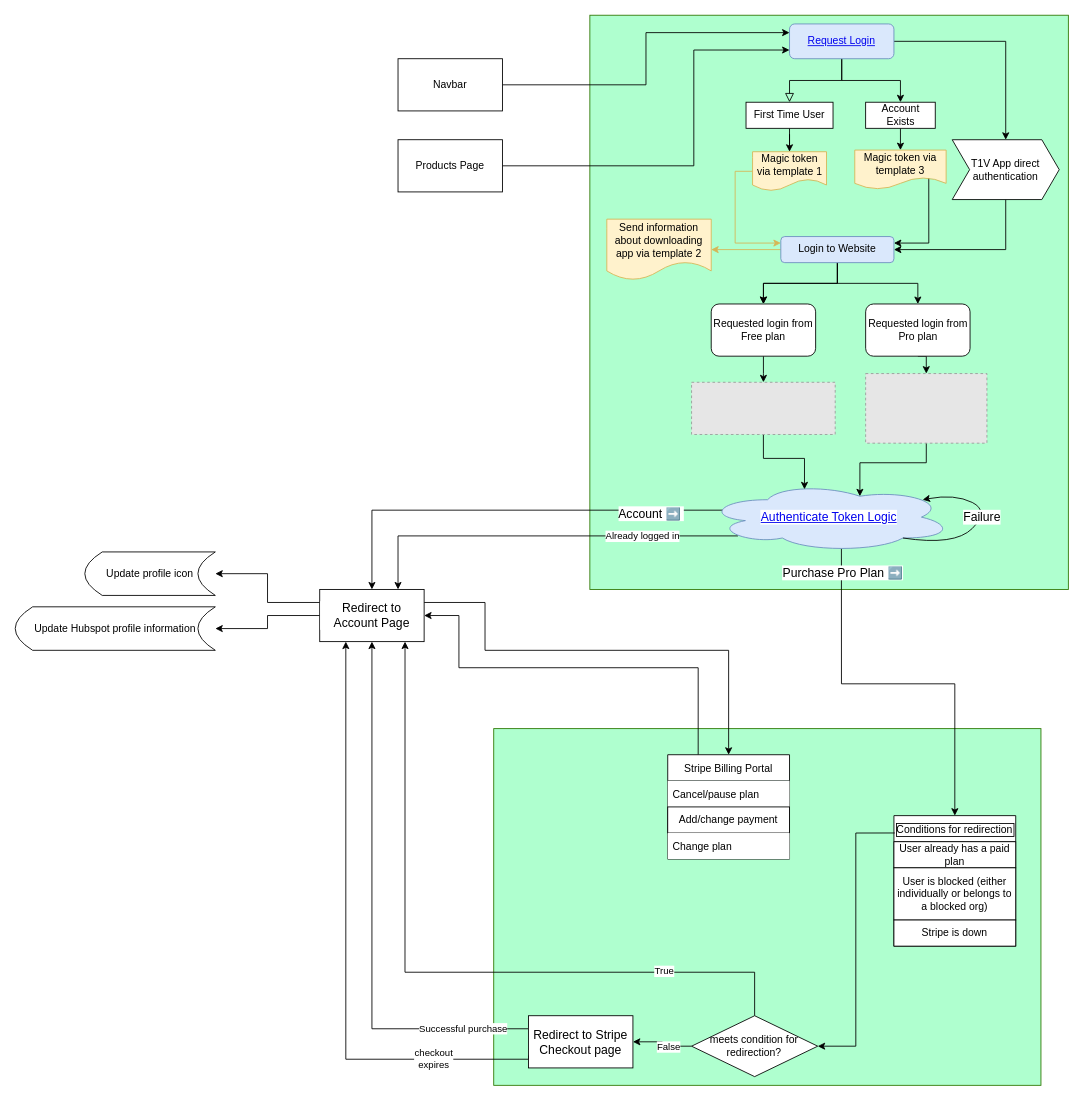
Before: page "Login Flow" (1 of 3) of Untitled Diagram.drawio in pbt1v/flowcharts, a draw.io diagram. Source tidied: cells renumbered, new cells numbered last; positions are measured from the earlier drawing's top-left corner, leaving out a move shared by most shapes. Both pictures are drawn from the tidied source at 87%, with x=0, y=0 at pixel (15, 15). Pictures stored in the file or linked from it are replaced by grey dashed boxes.
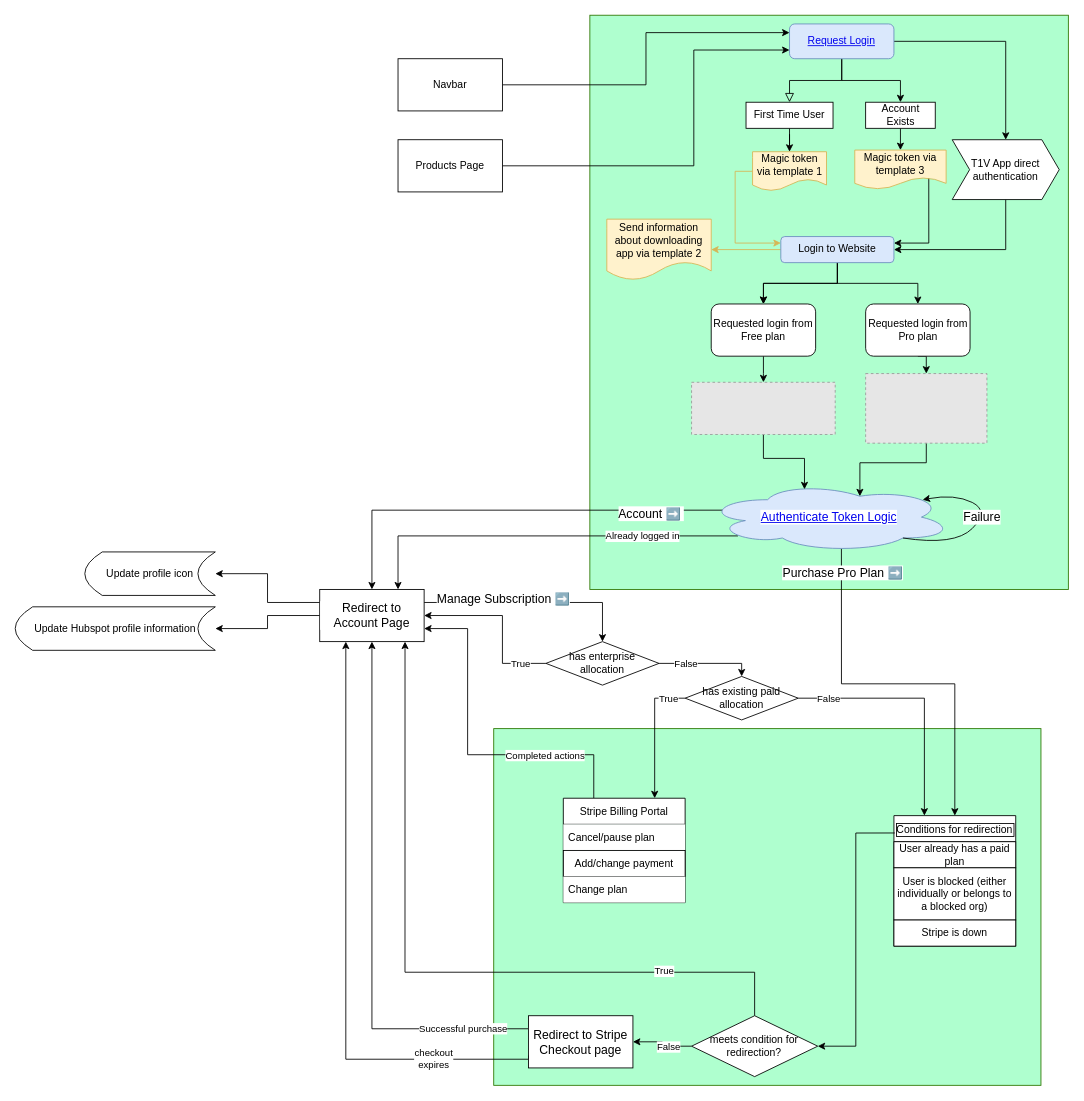
The same diagram, later.

Commit message:
extended billing portal logic

Unchanged cells that the change refers to:
```xml
<mxCell id="47" value="Redirect to Account Page" style="whiteSpace=wrap;html=1;fontSize=14;fontColor=#000000;labelBackgroundColor=#FFFFFF;" parent="1" vertex="1">
  <mxGeometry x="350" y="660" width="120" height="60" as="geometry" />
</mxCell>
<mxCell id="56" value="Conditions for redirection" style="swimlane;fontStyle=0;horizontal=1;startSize=30;labelBorderColor=default;" parent="1" vertex="1">
  <mxGeometry x="1010" y="920" width="140" height="150" as="geometry" />
</mxCell>
```

What changed in the source:
```diff
@@
-    <mxCell id="46" style="edgeStyle=orthogonalEdgeStyle;rounded=0;jettySize=auto;html=1;exitX=1;exitY=0.25;exitDx=0;exitDy=0;entryX=0.5;entryY=0;entryDx=0;entryDy=0;" parent="1" edge="1" source="47" target="69">
-      <mxGeometry relative="1" as="geometry">
-        <Array as="points">
-          <mxPoint x="540" y="675" />
-          <mxPoint x="540" y="730" />
-          <mxPoint x="820" y="730" />
-        </Array>
-      </mxGeometry>
-    </mxCell>
+    <mxCell id="73" style="edgeStyle=orthogonalEdgeStyle;rounded=0;jettySize=auto;html=1;exitX=1;exitY=0.25;exitDx=0;exitDy=0;entryX=0.5;entryY=0;entryDx=0;entryDy=0;" parent="1" edge="1" source="47" target="80">
+      <mxGeometry relative="1" as="geometry">
+        <Array as="points">
+          <mxPoint x="675" y="675" />
+        </Array>
+      </mxGeometry>
+    </mxCell>
+    <mxCell id="74" value="&lt;span style=&quot;font-size: 14px&quot;&gt;Manage Subscription ➡️&lt;/span&gt;" style="edgeLabel;html=1;align=center;verticalAlign=middle;" parent="73" vertex="1">
+      <mxGeometry x="-0.36" y="3" relative="1" as="geometry">
+        <mxPoint x="10" y="-2" as="offset" />
+      </mxGeometry>
+    </mxCell>
@@
-    <mxCell id="68" style="edgeStyle=orthogonalEdgeStyle;rounded=0;jettySize=auto;html=1;entryX=1;entryY=0.5;entryDx=0;entryDy=0;exitX=0.25;exitY=0;exitDx=0;exitDy=0;" parent="1" edge="1" source="69" target="47">
+    <mxCell id="68" style="edgeStyle=orthogonalEdgeStyle;rounded=0;jettySize=auto;html=1;exitX=0.25;exitY=0;exitDx=0;exitDy=0;entryX=1;entryY=0.75;entryDx=0;entryDy=0;" parent="1" edge="1" source="69" target="47">
       <mxGeometry relative="1" as="geometry">
         <Array as="points">
-          <mxPoint x="785" y="750" />
-          <mxPoint x="510" y="750" />
-          <mxPoint x="510" y="690" />
+          <mxPoint x="665" y="850" />
+          <mxPoint x="520" y="850" />
+          <mxPoint x="520" y="705" />
         </Array>
       </mxGeometry>
     </mxCell>
+    <mxCell id="75" value="Completed actions" style="edgeLabel;html=1;align=center;verticalAlign=middle;" parent="68" vertex="1">
+      <mxGeometry x="-0.45" relative="1" as="geometry" />
+    </mxCell>
     <mxCell id="69" value="Stripe Billing Portal" style="swimlane;fontStyle=0;horizontal=1;startSize=30;labelBorderColor=none;strokeColor=default;strokeWidth=1;fillColor=default;" parent="1" vertex="1">
-      <mxGeometry x="750" y="850" width="140" height="120" as="geometry" />
+      <mxGeometry x="630" y="900" width="140" height="120" as="geometry" />
     </mxCell>
@@
+    <mxCell id="76" style="edgeStyle=orthogonalEdgeStyle;rounded=0;jettySize=auto;html=1;exitX=1;exitY=0.5;exitDx=0;exitDy=0;entryX=0.5;entryY=0;entryDx=0;entryDy=0;" parent="1" edge="1" source="80" target="85">
+      <mxGeometry relative="1" as="geometry">
+        <Array as="points">
+          <mxPoint x="835" y="745" />
+        </Array>
+      </mxGeometry>
+    </mxCell>
+    <mxCell id="77" value="False" style="edgeLabel;html=1;align=center;verticalAlign=middle;" parent="76" vertex="1">
+      <mxGeometry x="0.03" y="-3" relative="1" as="geometry">
+        <mxPoint x="-27" y="-3" as="offset" />
+      </mxGeometry>
+    </mxCell>
+    <mxCell id="78" style="edgeStyle=orthogonalEdgeStyle;rounded=0;jettySize=auto;html=1;exitX=0;exitY=0.5;exitDx=0;exitDy=0;entryX=1;entryY=0.5;entryDx=0;entryDy=0;" parent="1" edge="1" source="80" target="47">
+      <mxGeometry relative="1" as="geometry">
+        <Array as="points">
+          <mxPoint x="560" y="745" />
+          <mxPoint x="560" y="690" />
+        </Array>
+      </mxGeometry>
+    </mxCell>
+    <mxCell id="79" value="True" style="edgeLabel;html=1;align=center;verticalAlign=middle;" parent="78" vertex="1">
+      <mxGeometry x="-0.27" y="-2" relative="1" as="geometry">
+        <mxPoint x="18" y="21" as="offset" />
+      </mxGeometry>
+    </mxCell>
+    <mxCell id="80" value="has enterprise allocation" style="rhombus;whiteSpace=wrap;html=1;labelBackgroundColor=none;labelBorderColor=none;strokeColor=default;strokeWidth=1;fillColor=default;" parent="1" vertex="1">
+      <mxGeometry x="610" y="720" width="130" height="50" as="geometry" />
+    </mxCell>
+    <mxCell id="81" style="edgeStyle=orthogonalEdgeStyle;rounded=0;jettySize=auto;html=1;exitX=0;exitY=0.5;exitDx=0;exitDy=0;entryX=0.75;entryY=0;entryDx=0;entryDy=0;" parent="1" edge="1" source="85" target="69">
+      <mxGeometry relative="1" as="geometry" />
+    </mxCell>
+    <mxCell id="82" value="True" style="edgeLabel;html=1;align=center;verticalAlign=middle;" parent="81" vertex="1">
+      <mxGeometry x="-0.49" y="5" relative="1" as="geometry">
+        <mxPoint x="10" y="-3" as="offset" />
+      </mxGeometry>
+    </mxCell>
+    <mxCell id="83" style="edgeStyle=orthogonalEdgeStyle;rounded=0;jettySize=auto;html=1;exitX=1;exitY=0.5;exitDx=0;exitDy=0;entryX=0.25;entryY=0;entryDx=0;entryDy=0;" parent="1" edge="1" source="85" target="56">
+      <mxGeometry relative="1" as="geometry" />
+    </mxCell>
+    <mxCell id="84" value="False" style="edgeLabel;html=1;align=center;verticalAlign=middle;" parent="83" vertex="1">
+      <mxGeometry x="-0.56" y="-2" relative="1" as="geometry">
+        <mxPoint x="-28" y="-2" as="offset" />
+      </mxGeometry>
+    </mxCell>
+    <mxCell id="85" value="has existing paid allocation" style="rhombus;whiteSpace=wrap;html=1;labelBackgroundColor=none;labelBorderColor=none;strokeColor=default;strokeWidth=1;fillColor=default;" parent="1" vertex="1">
+      <mxGeometry x="770" y="760" width="130" height="50" as="geometry" />
+    </mxCell>
```
